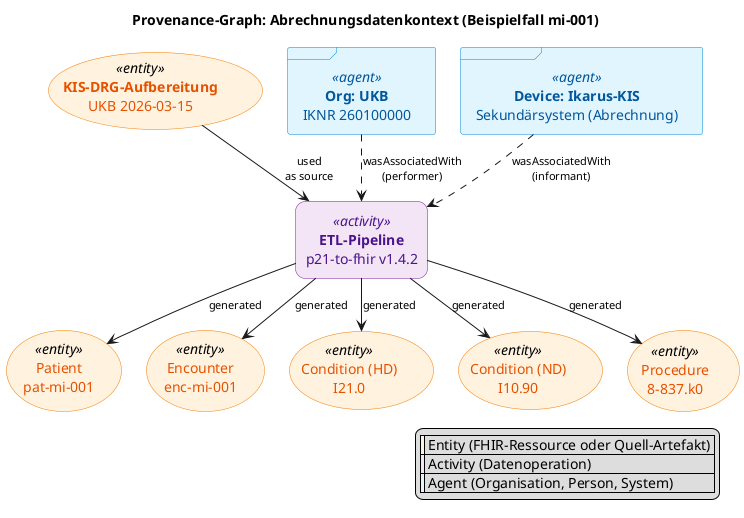
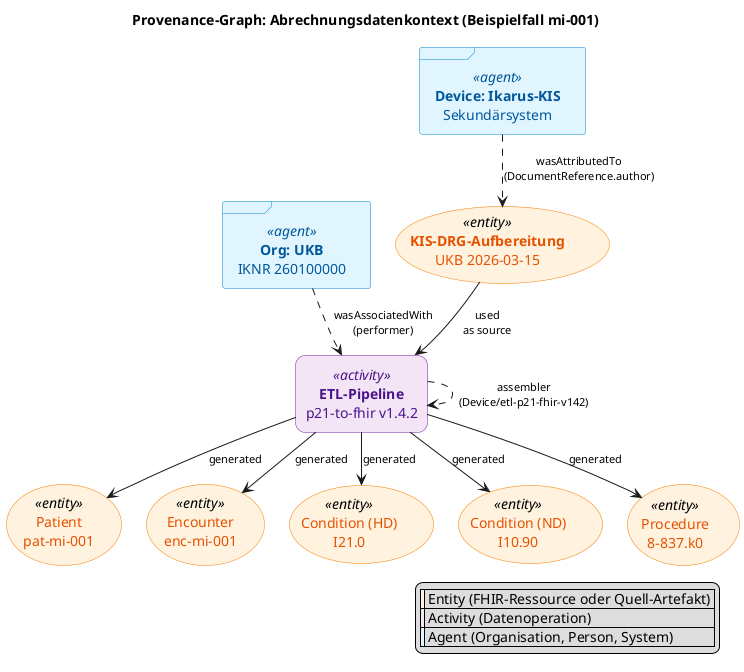
@startuml Abrechnungskontext_Prov_Graph

title Provenance-Graph: Abrechnungsdatenkontext (Beispielfall mi-001)

skinparam shadowing false
skinparam DefaultTextAlignment center
skinparam RankSep 35
skinparam NodeSep 25
skinparam ArrowFontSize 11

' W3C PROV color convention:
'   Entity   = ochre/orange
'   Activity = purple
'   Agent    = blue

skinparam usecase<<entity>> {
    BackgroundColor #fff3e0
    BorderColor #f57c00
    FontColor #e65100
}

skinparam rectangle<<activity>> {
    BackgroundColor #f3e5f5
    BorderColor #7b1fa2
    FontColor #4a148c
    RoundCorner 20
}

skinparam frame<<agent>> {
    BackgroundColor #e1f5ff
    BorderColor #0288d1
    FontColor #01579b
}

- ' === Source-Entity ===
+ ' === Source-Entity (mit Source-System als author) ===
usecase "**KIS-DRG-Aufbereitung**\nUKB 2026-03-15" as KIS <<entity>>
+ frame "**Device: Ikarus-KIS**\nSekundärsystem" as KISsrc <<agent>>

- ' === Activity ===
+ ' === ETL-Activity ===
rectangle "**ETL-Pipeline**\np21-to-fhir v1.4.2" as ETL <<activity>>

- ' === Agents ===
+ ' === Agent der ETL-Activity ===
frame "**Org: UKB**\nIKNR 260100000" as UKB <<agent>>
- frame "**Device: Ikarus-KIS**\nSekundärsystem (Abrechnung)" as KISsrc <<agent>>

' === Generated entities ===
usecase "Patient\npat-mi-001" as Patient <<entity>>
usecase "Encounter\nenc-mi-001" as Encounter <<entity>>
usecase "Condition (HD)\nI21.0" as CondHD <<entity>>
usecase "Condition (ND)\nI10.90" as CondND <<entity>>
usecase "Procedure\n8-837.k0" as Proc <<entity>>

' === Relationships ===
+ KISsrc ..> KIS : wasAttributedTo\n(DocumentReference.author)
KIS    --> ETL : used\nas source
UKB    ..> ETL : wasAssociatedWith\n(performer)
- KISsrc ..> ETL : wasAssociatedWith\n(informant)
+ ETL    ..> ETL : assembler\n(Device/etl-p21-fhir-v142)
ETL --> Patient   : generated
ETL --> Encounter : generated
ETL --> CondHD    : generated
ETL --> CondND    : generated
ETL --> Proc      : generated

legend right
  | <#fff3e0> | Entity (FHIR-Ressource oder Quell-Artefakt) |
  | <#f3e5f5> | Activity (Datenoperation) |
  | <#e1f5ff> | Agent (Organisation, Person, System) |
endlegend

@enduml
